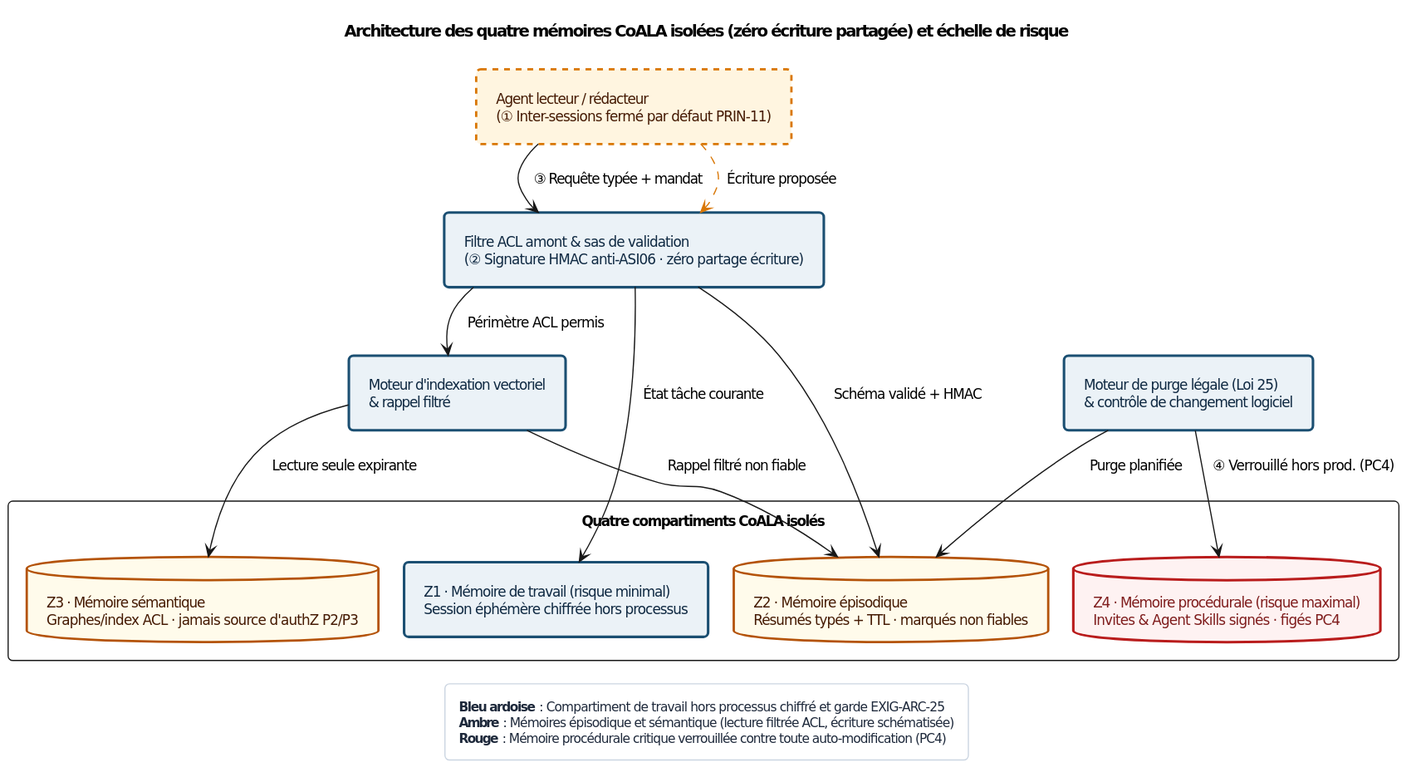
agbruneau/Agentique keeps this PlantUML diagram as Compendium/ouvrage/schemas/rendus/SCH-11-01.svg. Above is the earlier version.
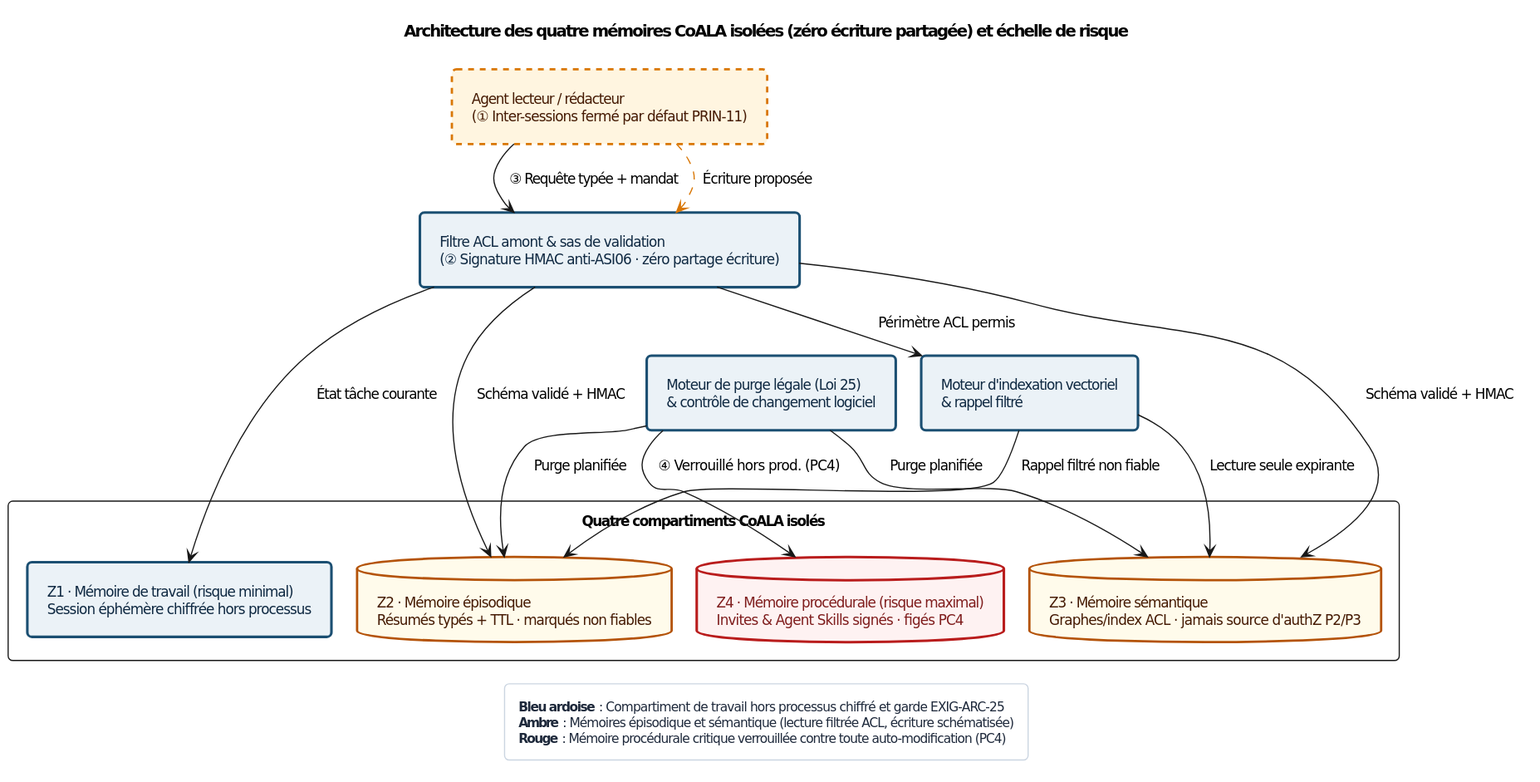
After the commit.

What changed in the source:
```diff
@@ -47,7 +47,9 @@
 N7 --> N5 : Lecture seule expirante
 N1 .[#D97706].> N2 : Écriture proposée
 N2 --> N4 : Schéma validé + HMAC
+N2 --> N5 : Schéma validé + HMAC
 N8 --> N4 : Purge planifiée
+N8 --> N5 : Purge planifiée
 N8 --> N6 : ④ Verrouillé hors prod. (PC4)
 
 legend bottom
```
